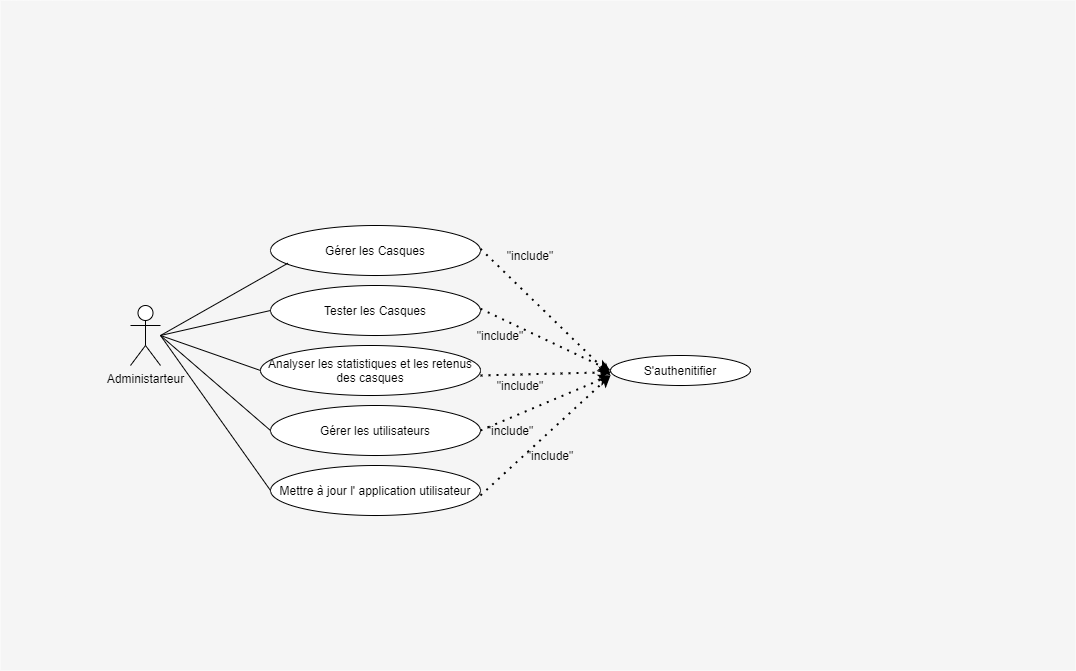
AMR04/pfe_viz keeps this draw.io diagram as diagramme admin.png. Above is the earlier version. Source tidied: cells renumbered, new cells last; positions are measured from the earlier drawing's top-left corner, leaving out a move shared by most shapes.
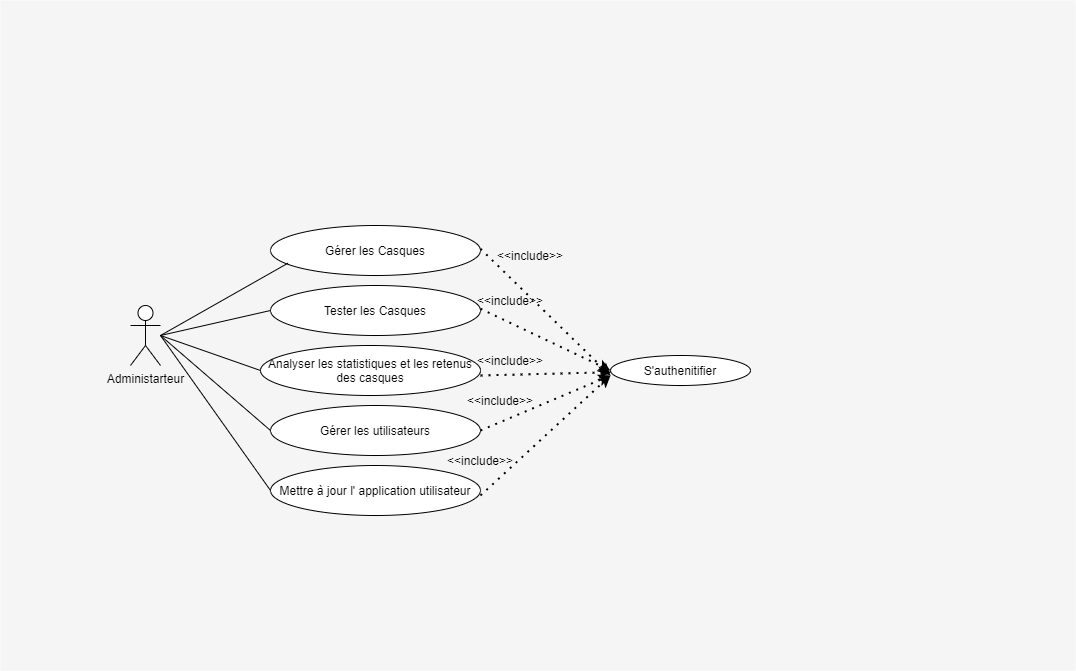
After the change.

The edit, as a diff of the source:
```diff
@@ -79,20 +79,20 @@
         <mxPoint x="270" y="490" as="targetPoint" />
       </mxGeometry>
     </mxCell>
-    <mxCell id="20" value="&quot;include&quot;&lt;span style=&quot;color: rgba(0 , 0 , 0 , 0) ; font-family: monospace ; font-size: 0px&quot;&gt;%3CmxGraphModel%3E%3Croot%3E%3CmxCell%20id%3D%220%22%2F%3E%3CmxCell%20id%3D%221%22%20parent%3D%220%22%2F%3E%3CmxCell%20id%3D%222%22%20value%3D%22Ajouter%20les%20Casques%22%20style%3D%22ellipse%3BwhiteSpace%3Dwrap%3Bhtml%3D1%3B%22%20vertex%3D%221%22%20parent%3D%221%22%3E%3CmxGeometry%20x%3D%22440%22%20y%3D%22520%22%20width%3D%22210%22%20height%3D%2250%22%20as%3D%22geometry%22%2F%3E%3C%2FmxCell%3E%3C%2Froot%3E%3C%2FmxGraphModel%3E&lt;/span&gt;" style="text;html=1;strokeColor=none;fillColor=none;align=center;verticalAlign=middle;whiteSpace=wrap;rounded=0;" parent="1" vertex="1">
-      <mxGeometry x="510" y="245" width="40" height="20" as="geometry" />
-    </mxCell>
-    <mxCell id="21" value="&quot;include&quot;&lt;span style=&quot;color: rgba(0 , 0 , 0 , 0) ; font-family: monospace ; font-size: 0px&quot;&gt;%3CmxGraphModel%3E%3Croot%3E%3CmxCell%20id%3D%220%22%2F%3E%3CmxCell%20id%3D%221%22%20parent%3D%220%22%2F%3E%3CmxCell%20id%3D%222%22%20value%3D%22Ajouter%20les%20Casques%22%20style%3D%22ellipse%3BwhiteSpace%3Dwrap%3Bhtml%3D1%3B%22%20vertex%3D%221%22%20parent%3D%221%22%3E%3CmxGeometry%20x%3D%22440%22%20y%3D%22520%22%20width%3D%22210%22%20height%3D%2250%22%20as%3D%22geometry%22%2F%3E%3C%2FmxCell%3E%3C%2Froot%3E%3C%2FmxGraphModel%3E&lt;/span&gt;" style="text;html=1;strokeColor=none;fillColor=none;align=center;verticalAlign=middle;whiteSpace=wrap;rounded=0;" parent="1" vertex="1">
-      <mxGeometry x="480" y="325" width="40" height="20" as="geometry" />
-    </mxCell>
-    <mxCell id="22" value="&quot;include&quot;&lt;span style=&quot;color: rgba(0 , 0 , 0 , 0) ; font-family: monospace ; font-size: 0px&quot;&gt;%3CmxGraphModel%3E%3Croot%3E%3CmxCell%20id%3D%220%22%2F%3E%3CmxCell%20id%3D%221%22%20parent%3D%220%22%2F%3E%3CmxCell%20id%3D%222%22%20value%3D%22Ajouter%20les%20Casques%22%20style%3D%22ellipse%3BwhiteSpace%3Dwrap%3Bhtml%3D1%3B%22%20vertex%3D%221%22%20parent%3D%221%22%3E%3CmxGeometry%20x%3D%22440%22%20y%3D%22520%22%20width%3D%22210%22%20height%3D%2250%22%20as%3D%22geometry%22%2F%3E%3C%2FmxCell%3E%3C%2Froot%3E%3C%2FmxGraphModel%3E&lt;/span&gt;" style="text;html=1;strokeColor=none;fillColor=none;align=center;verticalAlign=middle;whiteSpace=wrap;rounded=0;" parent="1" vertex="1">
-      <mxGeometry x="500" y="375" width="40" height="20" as="geometry" />
-    </mxCell>
-    <mxCell id="23" value="&quot;include&quot;&lt;span style=&quot;color: rgba(0 , 0 , 0 , 0) ; font-family: monospace ; font-size: 0px&quot;&gt;%3CmxGraphModel%3E%3Croot%3E%3CmxCell%20id%3D%220%22%2F%3E%3CmxCell%20id%3D%221%22%20parent%3D%220%22%2F%3E%3CmxCell%20id%3D%222%22%20value%3D%22Ajouter%20les%20Casques%22%20style%3D%22ellipse%3BwhiteSpace%3Dwrap%3Bhtml%3D1%3B%22%20vertex%3D%221%22%20parent%3D%221%22%3E%3CmxGeometry%20x%3D%22440%22%20y%3D%22520%22%20width%3D%22210%22%20height%3D%2250%22%20as%3D%22geometry%22%2F%3E%3C%2FmxCell%3E%3C%2Froot%3E%3C%2FmxGraphModel%3E&lt;/span&gt;" style="text;html=1;strokeColor=none;fillColor=none;align=center;verticalAlign=middle;whiteSpace=wrap;rounded=0;" parent="1" vertex="1">
-      <mxGeometry x="490" y="420" width="40" height="20" as="geometry" />
-    </mxCell>
-    <mxCell id="24" value="&quot;include&quot;&lt;span style=&quot;color: rgba(0 , 0 , 0 , 0) ; font-family: monospace ; font-size: 0px&quot;&gt;%3CmxGraphModel%3E%3Croot%3E%3CmxCell%20id%3D%220%22%2F%3E%3CmxCell%20id%3D%221%22%20parent%3D%220%22%2F%3E%3CmxCell%20id%3D%222%22%20value%3D%22Ajouter%20les%20Casques%22%20style%3D%22ellipse%3BwhiteSpace%3Dwrap%3Bhtml%3D1%3B%22%20vertex%3D%221%22%20parent%3D%221%22%3E%3CmxGeometry%20x%3D%22440%22%20y%3D%22520%22%20width%3D%22210%22%20height%3D%2250%22%20as%3D%22geometry%22%2F%3E%3C%2FmxCell%3E%3C%2Froot%3E%3C%2FmxGraphModel%3E&lt;/span&gt;" style="text;html=1;strokeColor=none;fillColor=none;align=center;verticalAlign=middle;whiteSpace=wrap;rounded=0;" parent="1" vertex="1">
-      <mxGeometry x="530" y="445" width="40" height="20" as="geometry" />
-    </mxCell>
+    <mxCell id="25" value="&amp;lt;&amp;lt;include&amp;gt;&amp;gt;" style="text;html=1;strokeColor=none;fillColor=none;align=center;verticalAlign=middle;whiteSpace=wrap;rounded=0;" parent="1" vertex="1">
+      <mxGeometry x="510" y="250" width="40" height="10" as="geometry" />
+    </mxCell>
+    <mxCell id="26" value="&amp;lt;&amp;lt;include&amp;gt;&amp;gt;" style="text;html=1;strokeColor=none;fillColor=none;align=center;verticalAlign=middle;whiteSpace=wrap;rounded=0;" parent="1" vertex="1">
+      <mxGeometry x="490" y="295" width="40" height="10" as="geometry" />
+    </mxCell>
+    <mxCell id="27" value="&amp;lt;&amp;lt;include&amp;gt;&amp;gt;" style="text;html=1;strokeColor=none;fillColor=none;align=center;verticalAlign=middle;whiteSpace=wrap;rounded=0;" parent="1" vertex="1">
+      <mxGeometry x="490" y="355" width="40" height="10" as="geometry" />
+    </mxCell>
+    <mxCell id="28" value="&amp;lt;&amp;lt;include&amp;gt;&amp;gt;" style="text;html=1;strokeColor=none;fillColor=none;align=center;verticalAlign=middle;whiteSpace=wrap;rounded=0;" parent="1" vertex="1">
+      <mxGeometry x="480" y="395" width="40" height="10" as="geometry" />
+    </mxCell>
+    <mxCell id="29" value="&amp;lt;&amp;lt;include&amp;gt;&amp;gt;" style="text;html=1;strokeColor=none;fillColor=none;align=center;verticalAlign=middle;whiteSpace=wrap;rounded=0;" parent="1" vertex="1">
+      <mxGeometry x="460" y="455" width="40" height="10" as="geometry" />
+    </mxCell>
   </root>
 </mxGraphModel>
```
